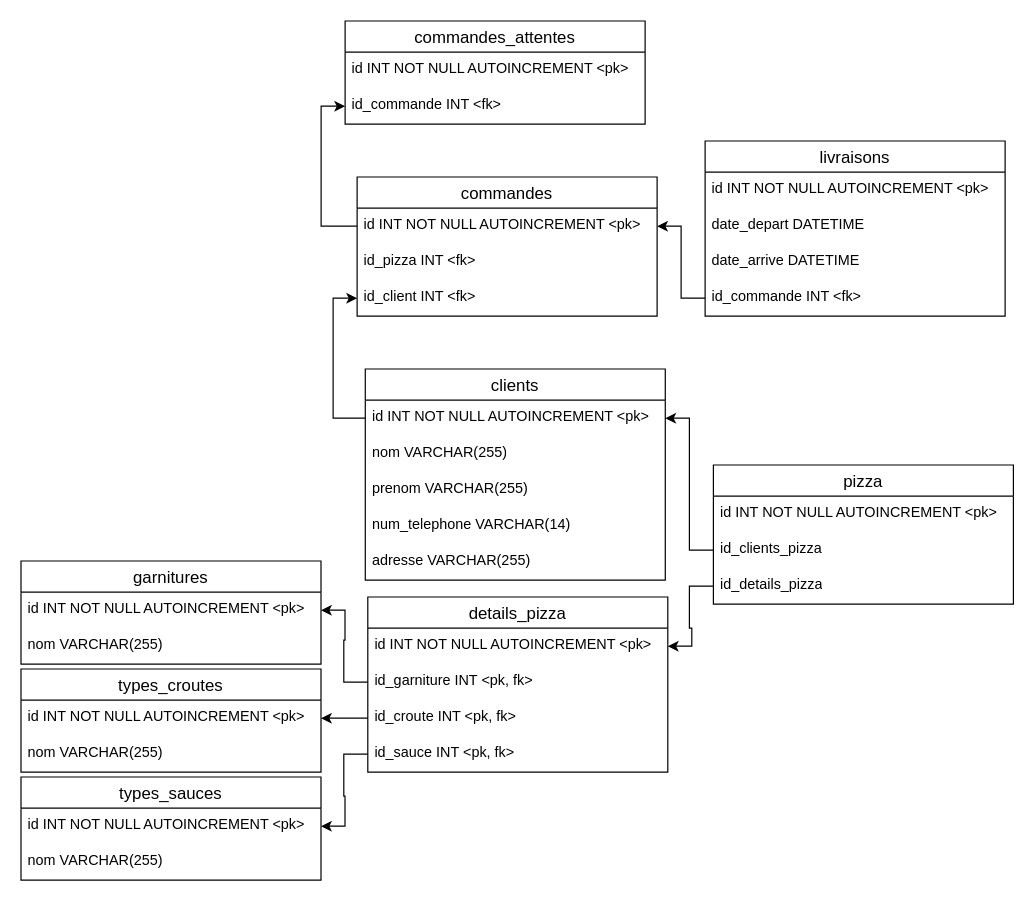
This is Pizzeria-Classes.drawio from cgpvicto-2443335/Projet_Long-Pizzeria, a draw.io file, before an edit. Source tidied: cells renumbered, new cells numbered last; positions are measured from the earlier drawing's top-left corner, leaving out a move shared by most shapes. Both pictures are drawn from the tidied source at 120%, with x=0, y=0 at pixel (20, 20).
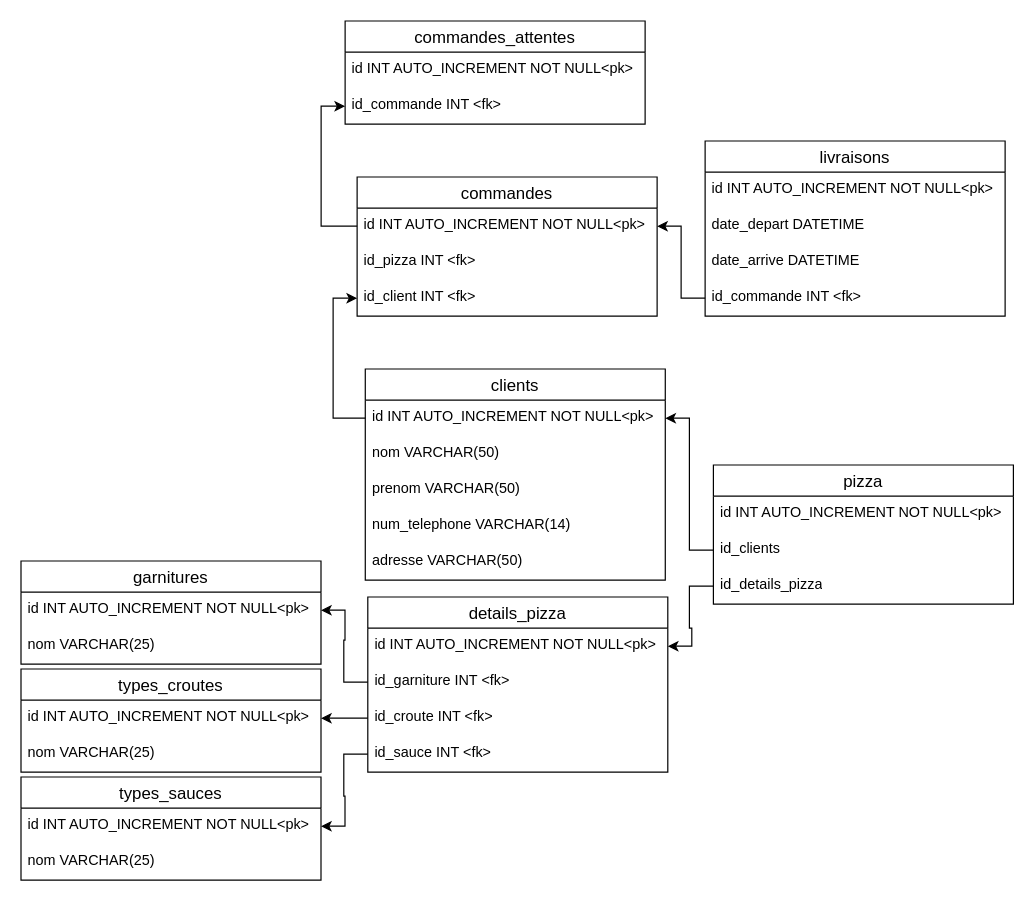
The same diagram, later.

Commit message (it also covers changes not shown here):
ajout de script sql pour creer la BD, modification du diagrame de classes

Unchanged cells that the change refers to:
```xml
<mxCell id="2" value="details_pizza" style="swimlane;fontStyle=0;horizontal=1;startSize=26;align=center;fontSize=14;" parent="1" vertex="1">
  <mxGeometry x="289" y="480" width="250" height="146" as="geometry" />
</mxCell>
<mxCell id="7" value="garnitures" style="swimlane;fontStyle=0;horizontal=1;startSize=26;align=center;fontSize=14;" parent="1" vertex="1">
  <mxGeometry y="450" width="250" height="86" as="geometry" />
</mxCell>
<mxCell id="10" value="types_croutes" style="swimlane;fontStyle=0;horizontal=1;startSize=26;align=center;fontSize=14;" parent="1" vertex="1">
  <mxGeometry y="540" width="250" height="86" as="geometry" />
</mxCell>
<mxCell id="13" value="types_sauces" style="swimlane;fontStyle=0;horizontal=1;startSize=26;align=center;fontSize=14;" parent="1" vertex="1">
  <mxGeometry y="630" width="250" height="86" as="geometry" />
</mxCell>
<mxCell id="19" value="pizza" style="swimlane;fontStyle=0;horizontal=1;startSize=26;align=center;fontSize=14;" parent="1" vertex="1">
  <mxGeometry x="577" y="370" width="250" height="116" as="geometry" />
</mxCell>
<mxCell id="23" value="commandes" style="swimlane;fontStyle=0;horizontal=1;startSize=26;align=center;fontSize=14;" parent="1" vertex="1">
  <mxGeometry x="280.1" y="130" width="250" height="116" as="geometry" />
</mxCell>
<mxCell id="27" value="livraisons" style="swimlane;fontStyle=0;horizontal=1;startSize=26;align=center;fontSize=14;" parent="1" vertex="1">
  <mxGeometry x="570.1" y="100" width="250" height="146" as="geometry" />
</mxCell>
<mxCell id="33" value="commandes_attentes" style="swimlane;fontStyle=0;horizontal=1;startSize=26;align=center;fontSize=14;" parent="1" vertex="1">
  <mxGeometry x="270.1" width="250" height="86" as="geometry" />
</mxCell>
<mxCell id="37" value="clients" style="swimlane;fontStyle=0;horizontal=1;startSize=26;align=center;fontSize=14;" parent="1" vertex="1">
  <mxGeometry x="286.9" y="290" width="250" height="176" as="geometry" />
</mxCell>
```

Change to the diagram source:
```diff
@@
-    <mxCell id="3" value="id INT NOT NULL AUTOINCREMENT &amp;lt;pk&amp;gt;" style="text;strokeColor=none;fillColor=none;spacingLeft=4;spacingRight=4;overflow=hidden;points=[[0,0.5],[1,0.5]];portConstraint=eastwest;fontSize=12;whiteSpace=wrap;html=1;" parent="2" vertex="1">
+    <mxCell id="3" value="id INT AUTO_INCREMENT NOT NULL&amp;lt;pk&amp;gt;&amp;nbsp;" style="text;strokeColor=none;fillColor=none;spacingLeft=4;spacingRight=4;overflow=hidden;points=[[0,0.5],[1,0.5]];portConstraint=eastwest;fontSize=12;whiteSpace=wrap;html=1;" parent="2" vertex="1">
       <mxGeometry y="26" width="250" height="30" as="geometry" />
     </mxCell>
-    <mxCell id="4" value="id_garniture INT &amp;lt;pk, fk&amp;gt;" style="text;strokeColor=none;fillColor=none;spacingLeft=4;spacingRight=4;overflow=hidden;points=[[0,0.5],[1,0.5]];portConstraint=eastwest;fontSize=12;whiteSpace=wrap;html=1;" parent="2" vertex="1">
+    <mxCell id="4" value="id_garniture INT &amp;lt;fk&amp;gt;" style="text;strokeColor=none;fillColor=none;spacingLeft=4;spacingRight=4;overflow=hidden;points=[[0,0.5],[1,0.5]];portConstraint=eastwest;fontSize=12;whiteSpace=wrap;html=1;" parent="2" vertex="1">
       <mxGeometry y="56" width="250" height="30" as="geometry" />
     </mxCell>
-    <mxCell id="5" value="id_croute INT &amp;lt;pk, fk&amp;gt;" style="text;strokeColor=none;fillColor=none;spacingLeft=4;spacingRight=4;overflow=hidden;points=[[0,0.5],[1,0.5]];portConstraint=eastwest;fontSize=12;whiteSpace=wrap;html=1;" parent="2" vertex="1">
+    <mxCell id="5" value="id_croute INT &amp;lt;fk&amp;gt;" style="text;strokeColor=none;fillColor=none;spacingLeft=4;spacingRight=4;overflow=hidden;points=[[0,0.5],[1,0.5]];portConstraint=eastwest;fontSize=12;whiteSpace=wrap;html=1;" parent="2" vertex="1">
       <mxGeometry y="86" width="250" height="30" as="geometry" />
     </mxCell>
-    <mxCell id="6" value="id_sauce INT &amp;lt;pk, fk&amp;gt;" style="text;strokeColor=none;fillColor=none;spacingLeft=4;spacingRight=4;overflow=hidden;points=[[0,0.5],[1,0.5]];portConstraint=eastwest;fontSize=12;whiteSpace=wrap;html=1;" parent="2" vertex="1">
+    <mxCell id="6" value="id_sauce INT &amp;lt;fk&amp;gt;" style="text;strokeColor=none;fillColor=none;spacingLeft=4;spacingRight=4;overflow=hidden;points=[[0,0.5],[1,0.5]];portConstraint=eastwest;fontSize=12;whiteSpace=wrap;html=1;" parent="2" vertex="1">
       <mxGeometry y="116" width="250" height="30" as="geometry" />
     </mxCell>
@@
-    <mxCell id="8" value="id INT NOT NULL AUTOINCREMENT &amp;lt;pk&amp;gt;" style="text;strokeColor=none;fillColor=none;spacingLeft=4;spacingRight=4;overflow=hidden;points=[[0,0.5],[1,0.5]];portConstraint=eastwest;fontSize=12;whiteSpace=wrap;html=1;" parent="7" vertex="1">
+    <mxCell id="8" value="id INT AUTO_INCREMENT NOT NULL&amp;lt;pk&amp;gt;&amp;nbsp;" style="text;strokeColor=none;fillColor=none;spacingLeft=4;spacingRight=4;overflow=hidden;points=[[0,0.5],[1,0.5]];portConstraint=eastwest;fontSize=12;whiteSpace=wrap;html=1;" parent="7" vertex="1">
       <mxGeometry y="26" width="250" height="30" as="geometry" />
     </mxCell>
-    <mxCell id="9" value="nom VARCHAR(255)" style="text;strokeColor=none;fillColor=none;spacingLeft=4;spacingRight=4;overflow=hidden;fontSize=12;whiteSpace=wrap;html=1;" parent="7" vertex="1">
+    <mxCell id="9" value="nom VARCHAR(25)" style="text;strokeColor=none;fillColor=none;spacingLeft=4;spacingRight=4;overflow=hidden;fontSize=12;whiteSpace=wrap;html=1;" parent="7" vertex="1">
       <mxGeometry y="56" width="250" height="30" as="geometry" />
     </mxCell>
@@
-    <mxCell id="11" value="id INT NOT NULL AUTOINCREMENT &amp;lt;pk&amp;gt;" style="text;strokeColor=none;fillColor=none;spacingLeft=4;spacingRight=4;overflow=hidden;points=[[0,0.5],[1,0.5]];portConstraint=eastwest;fontSize=12;whiteSpace=wrap;html=1;" parent="10" vertex="1">
+    <mxCell id="11" value="id INT AUTO_INCREMENT NOT NULL&amp;lt;pk&amp;gt;&amp;nbsp;" style="text;strokeColor=none;fillColor=none;spacingLeft=4;spacingRight=4;overflow=hidden;points=[[0,0.5],[1,0.5]];portConstraint=eastwest;fontSize=12;whiteSpace=wrap;html=1;" parent="10" vertex="1">
       <mxGeometry y="26" width="250" height="30" as="geometry" />
     </mxCell>
-    <mxCell id="12" value="nom VARCHAR(255)" style="text;strokeColor=none;fillColor=none;spacingLeft=4;spacingRight=4;overflow=hidden;fontSize=12;whiteSpace=wrap;html=1;" parent="10" vertex="1">
+    <mxCell id="12" value="nom VARCHAR(25)" style="text;strokeColor=none;fillColor=none;spacingLeft=4;spacingRight=4;overflow=hidden;fontSize=12;whiteSpace=wrap;html=1;" parent="10" vertex="1">
       <mxGeometry y="56" width="250" height="30" as="geometry" />
     </mxCell>
@@
-    <mxCell id="14" value="id INT NOT NULL AUTOINCREMENT &amp;lt;pk&amp;gt;" style="text;strokeColor=none;fillColor=none;spacingLeft=4;spacingRight=4;overflow=hidden;points=[[0,0.5],[1,0.5]];portConstraint=eastwest;fontSize=12;whiteSpace=wrap;html=1;" parent="13" vertex="1">
+    <mxCell id="14" value="id INT AUTO_INCREMENT NOT NULL&amp;lt;pk&amp;gt;&amp;nbsp;" style="text;strokeColor=none;fillColor=none;spacingLeft=4;spacingRight=4;overflow=hidden;points=[[0,0.5],[1,0.5]];portConstraint=eastwest;fontSize=12;whiteSpace=wrap;html=1;" parent="13" vertex="1">
       <mxGeometry y="26" width="250" height="30" as="geometry" />
     </mxCell>
-    <mxCell id="15" value="nom VARCHAR(255)" style="text;strokeColor=none;fillColor=none;spacingLeft=4;spacingRight=4;overflow=hidden;fontSize=12;whiteSpace=wrap;html=1;" parent="13" vertex="1">
+    <mxCell id="15" value="nom VARCHAR(25)" style="text;strokeColor=none;fillColor=none;spacingLeft=4;spacingRight=4;overflow=hidden;fontSize=12;whiteSpace=wrap;html=1;" parent="13" vertex="1">
       <mxGeometry y="56" width="250" height="30" as="geometry" />
     </mxCell>
@@
-    <mxCell id="20" value="id INT NOT NULL AUTOINCREMENT &amp;lt;pk&amp;gt;" style="text;strokeColor=none;fillColor=none;spacingLeft=4;spacingRight=4;overflow=hidden;fontSize=12;whiteSpace=wrap;html=1;" parent="19" vertex="1">
+    <mxCell id="20" value="id INT AUTO_INCREMENT NOT NULL&amp;lt;pk&amp;gt;&amp;nbsp;" style="text;strokeColor=none;fillColor=none;spacingLeft=4;spacingRight=4;overflow=hidden;fontSize=12;whiteSpace=wrap;html=1;" parent="19" vertex="1">
       <mxGeometry y="26" width="250" height="30" as="geometry" />
     </mxCell>
-    <mxCell id="21" value="id_clients_pizza" style="text;strokeColor=none;fillColor=none;spacingLeft=4;spacingRight=4;overflow=hidden;points=[[0,0.5],[1,0.5]];portConstraint=eastwest;fontSize=12;whiteSpace=wrap;html=1;" parent="19" vertex="1">
+    <mxCell id="21" value="id_clients" style="text;strokeColor=none;fillColor=none;spacingLeft=4;spacingRight=4;overflow=hidden;points=[[0,0.5],[1,0.5]];portConstraint=eastwest;fontSize=12;whiteSpace=wrap;html=1;" parent="19" vertex="1">
       <mxGeometry y="56" width="250" height="30" as="geometry" />
     </mxCell>
@@
-    <mxCell id="24" value="id INT NOT NULL AUTOINCREMENT &amp;lt;pk&amp;gt;" style="text;strokeColor=none;fillColor=none;spacingLeft=4;spacingRight=4;overflow=hidden;points=[[0,0.5],[1,0.5]];portConstraint=eastwest;fontSize=12;whiteSpace=wrap;html=1;" parent="23" vertex="1">
+    <mxCell id="24" value="id INT AUTO_INCREMENT NOT NULL&amp;lt;pk&amp;gt;&amp;nbsp;" style="text;strokeColor=none;fillColor=none;spacingLeft=4;spacingRight=4;overflow=hidden;points=[[0,0.5],[1,0.5]];portConstraint=eastwest;fontSize=12;whiteSpace=wrap;html=1;" parent="23" vertex="1">
       <mxGeometry y="26" width="250" height="30" as="geometry" />
     </mxCell>
@@
-    <mxCell id="28" value="id INT NOT NULL AUTOINCREMENT &amp;lt;pk&amp;gt;" style="text;strokeColor=none;fillColor=none;spacingLeft=4;spacingRight=4;overflow=hidden;fontSize=12;whiteSpace=wrap;html=1;" parent="27" vertex="1">
+    <mxCell id="28" value="id INT AUTO_INCREMENT NOT NULL&amp;lt;pk&amp;gt;&amp;nbsp;" style="text;strokeColor=none;fillColor=none;spacingLeft=4;spacingRight=4;overflow=hidden;fontSize=12;whiteSpace=wrap;html=1;" parent="27" vertex="1">
       <mxGeometry y="26" width="250" height="30" as="geometry" />
     </mxCell>
@@
-    <mxCell id="34" value="id INT NOT NULL AUTOINCREMENT &amp;lt;pk&amp;gt;" style="text;strokeColor=none;fillColor=none;spacingLeft=4;spacingRight=4;overflow=hidden;fontSize=12;whiteSpace=wrap;html=1;" parent="33" vertex="1">
+    <mxCell id="34" value="id INT AUTO_INCREMENT NOT NULL&amp;lt;pk&amp;gt;&amp;nbsp;" style="text;strokeColor=none;fillColor=none;spacingLeft=4;spacingRight=4;overflow=hidden;fontSize=12;whiteSpace=wrap;html=1;" parent="33" vertex="1">
       <mxGeometry y="26" width="250" height="30" as="geometry" />
     </mxCell>
@@
-    <mxCell id="38" value="id INT NOT NULL AUTOINCREMENT &amp;lt;pk&amp;gt;" style="text;strokeColor=none;fillColor=none;spacingLeft=4;spacingRight=4;overflow=hidden;points=[[0,0.5],[1,0.5]];portConstraint=eastwest;fontSize=12;whiteSpace=wrap;html=1;" parent="37" vertex="1">
+    <mxCell id="38" value="id INT AUTO_INCREMENT NOT NULL&amp;lt;pk&amp;gt;&amp;nbsp;" style="text;strokeColor=none;fillColor=none;spacingLeft=4;spacingRight=4;overflow=hidden;points=[[0,0.5],[1,0.5]];portConstraint=eastwest;fontSize=12;whiteSpace=wrap;html=1;" parent="37" vertex="1">
       <mxGeometry y="26" width="250" height="30" as="geometry" />
     </mxCell>
-    <mxCell id="39" value="nom VARCHAR(255)" style="text;strokeColor=none;fillColor=none;spacingLeft=4;spacingRight=4;overflow=hidden;fontSize=12;whiteSpace=wrap;html=1;" parent="37" vertex="1">
+    <mxCell id="39" value="nom VARCHAR(50)" style="text;strokeColor=none;fillColor=none;spacingLeft=4;spacingRight=4;overflow=hidden;fontSize=12;whiteSpace=wrap;html=1;" parent="37" vertex="1">
       <mxGeometry y="56" width="250" height="30" as="geometry" />
     </mxCell>
-    <mxCell id="40" value="prenom VARCHAR(255)" style="text;strokeColor=none;fillColor=none;spacingLeft=4;spacingRight=4;overflow=hidden;fontSize=12;whiteSpace=wrap;html=1;" parent="37" vertex="1">
+    <mxCell id="40" value="prenom VARCHAR(50)" style="text;strokeColor=none;fillColor=none;spacingLeft=4;spacingRight=4;overflow=hidden;fontSize=12;whiteSpace=wrap;html=1;" parent="37" vertex="1">
       <mxGeometry y="86" width="250" height="30" as="geometry" />
     </mxCell>
@@
-    <mxCell id="42" value="adresse VARCHAR(255)" style="text;strokeColor=none;fillColor=none;spacingLeft=4;spacingRight=4;overflow=hidden;fontSize=12;whiteSpace=wrap;html=1;" parent="37" vertex="1">
+    <mxCell id="42" value="adresse VARCHAR(50)" style="text;strokeColor=none;fillColor=none;spacingLeft=4;spacingRight=4;overflow=hidden;fontSize=12;whiteSpace=wrap;html=1;" parent="37" vertex="1">
       <mxGeometry y="146" width="250" height="30" as="geometry" />
     </mxCell>
```
